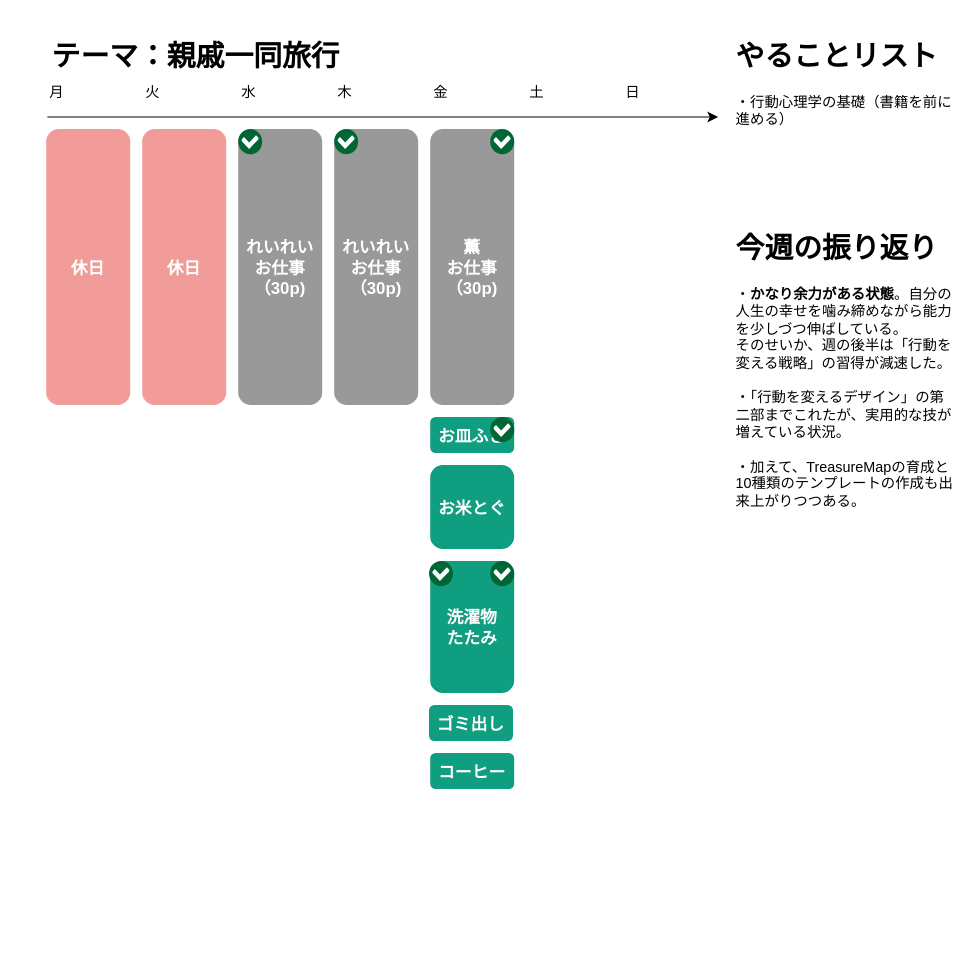
The draw.io diagram pare101.drawio in minegishirei/draw_v1, before the edit. Source tidied: cells renumbered, new cells numbered last; positions are measured from the earlier drawing's top-left corner, leaving out a move shared by most shapes. Both pictures are drawn from the tidied source at 120%, with x=0, y=0 at pixel (20, 32).
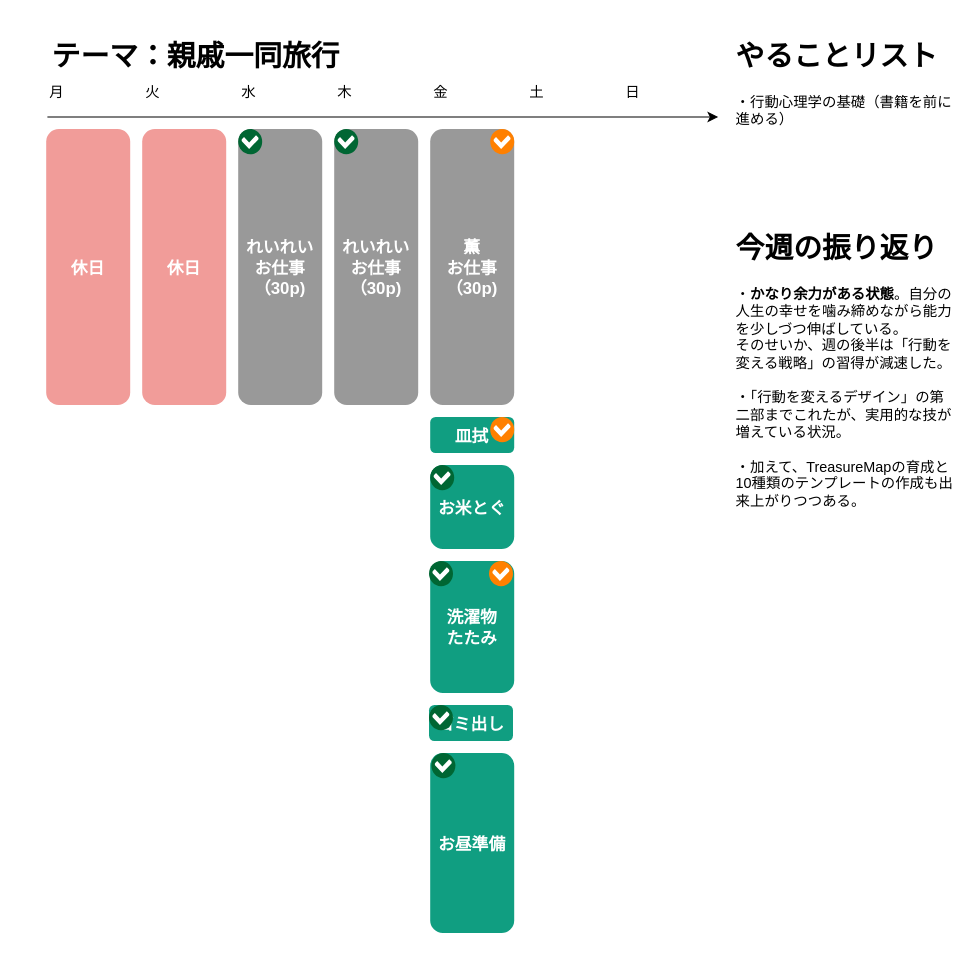
Above is the later version.

Commit message (it also covers changes not shown here):
pare101.drawio を更新します

The edit, as a diff of the source:
```diff
@@
-    <mxCell id="14" value="お皿ふき" style="rounded=1;fillColor=#109e81;strokeColor=none;shadow=0;gradientColor=none;fontStyle=1;fontColor=#FFFFFF;fontSize=14;" parent="1" vertex="1">
+    <mxCell id="14" value="皿拭" style="rounded=1;fillColor=#109e81;strokeColor=none;shadow=0;gradientColor=none;fontStyle=1;fontColor=#FFFFFF;fontSize=14;" parent="1" vertex="1">
       <mxGeometry x="341" y="320" width="70" height="30" as="geometry" />
     </mxCell>
@@
-    <mxCell id="17" style="shadow=0;dashed=0;html=1;strokeColor=none;fillColor=#006633;labelPosition=center;verticalLabelPosition=bottom;verticalAlign=top;align=center;shape=mxgraph.veeam.checked;" parent="1" vertex="1">
-      <mxGeometry x="391" y="440" width="20" height="21" as="geometry" />
-    </mxCell>
-    <mxCell id="18" style="shadow=0;dashed=0;html=1;strokeColor=none;fillColor=#006633;labelPosition=center;verticalLabelPosition=bottom;verticalAlign=top;align=center;shape=mxgraph.veeam.checked;" parent="1" vertex="1">
-      <mxGeometry x="391" y="320" width="20" height="21" as="geometry" />
-    </mxCell>
-    <mxCell id="19" style="shadow=0;dashed=0;html=1;strokeColor=none;fillColor=#006633;labelPosition=center;verticalLabelPosition=bottom;verticalAlign=top;align=center;shape=mxgraph.veeam.checked;" parent="1" vertex="1">
+    <mxCell id="19" style="shadow=0;dashed=0;html=1;strokeColor=none;fillColor=#FF8000;labelPosition=center;verticalLabelPosition=bottom;verticalAlign=top;align=center;shape=mxgraph.veeam.checked;" parent="1" vertex="1">
       <mxGeometry x="391" y="80" width="20" height="21" as="geometry" />
     </mxCell>
@@
-    <mxCell id="22" value="コーヒー" style="rounded=1;fillColor=#109e81;strokeColor=none;shadow=0;gradientColor=none;fontStyle=1;fontColor=#FFFFFF;fontSize=14;" parent="1" vertex="1">
-      <mxGeometry x="341" y="600" width="70" height="30" as="geometry" />
-    </mxCell>
@@
+    <mxCell id="29" style="shadow=0;dashed=0;html=1;strokeColor=none;fillColor=#FF8000;labelPosition=center;verticalLabelPosition=bottom;verticalAlign=top;align=center;shape=mxgraph.veeam.checked;" parent="1" vertex="1">
+      <mxGeometry x="391" y="320" width="20" height="21" as="geometry" />
+    </mxCell>
+    <mxCell id="30" style="shadow=0;dashed=0;html=1;strokeColor=none;fillColor=#006633;labelPosition=center;verticalLabelPosition=bottom;verticalAlign=top;align=center;shape=mxgraph.veeam.checked;" parent="1" vertex="1">
+      <mxGeometry x="341" y="360" width="20" height="21" as="geometry" />
+    </mxCell>
+    <mxCell id="31" style="shadow=0;dashed=0;html=1;strokeColor=none;fillColor=#006633;labelPosition=center;verticalLabelPosition=bottom;verticalAlign=top;align=center;shape=mxgraph.veeam.checked;" parent="1" vertex="1">
+      <mxGeometry x="340" y="560" width="20" height="21" as="geometry" />
+    </mxCell>
+    <mxCell id="32" value="お昼準備" style="rounded=1;fillColor=#109e81;strokeColor=none;shadow=0;gradientColor=none;fontStyle=1;fontColor=#FFFFFF;fontSize=14;" parent="1" vertex="1">
+      <mxGeometry x="341" y="600" width="70" height="150" as="geometry" />
+    </mxCell>
+    <mxCell id="33" style="shadow=0;dashed=0;html=1;strokeColor=none;fillColor=#FF8000;labelPosition=center;verticalLabelPosition=bottom;verticalAlign=top;align=center;shape=mxgraph.veeam.checked;" parent="1" vertex="1">
+      <mxGeometry x="390" y="440" width="20" height="21" as="geometry" />
+    </mxCell>
+    <mxCell id="34" style="shadow=0;dashed=0;html=1;strokeColor=none;fillColor=#006633;labelPosition=center;verticalLabelPosition=bottom;verticalAlign=top;align=center;shape=mxgraph.veeam.checked;" parent="1" vertex="1">
+      <mxGeometry x="342" y="600" width="20" height="21" as="geometry" />
+    </mxCell>
```
